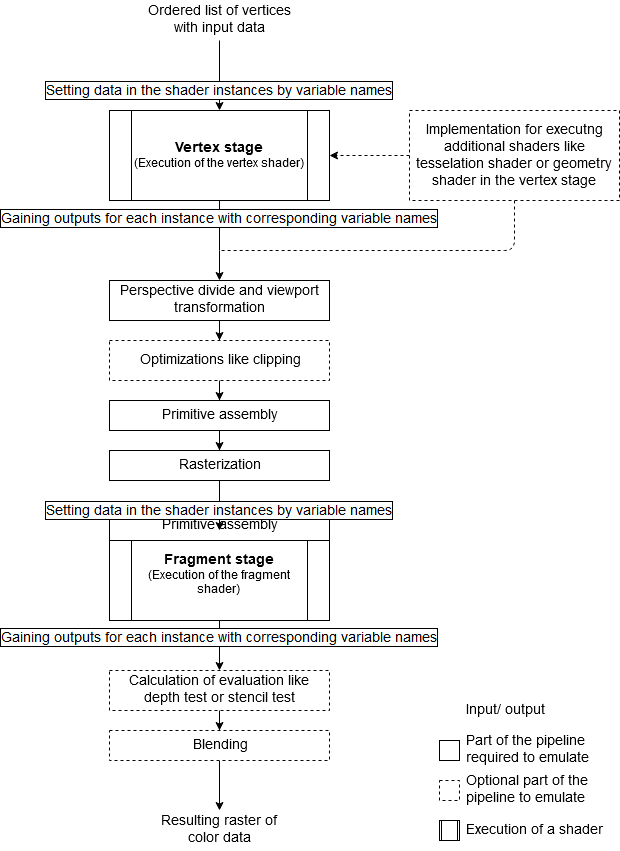
This is Thesis/Thesis/images/infographic.png from MMDaemon/ShaderSim, a draw.io export, as it was before one commit. Source tidied: cells renumbered, new cells last; positions are measured from the earlier drawing's top-left corner, leaving out a move shared by most shapes.
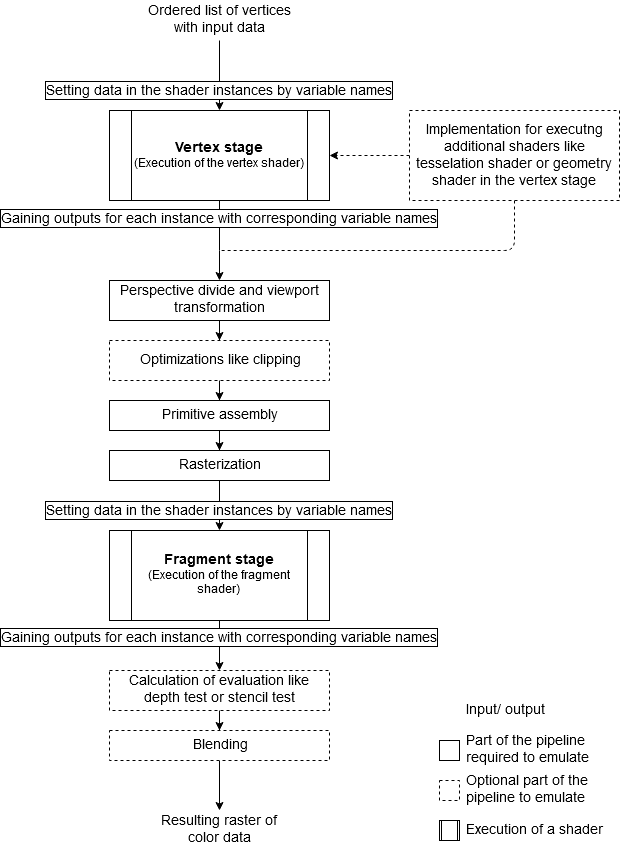
The same diagram one commit later.

What changed in the source:
```diff
@@ -50,15 +50,14 @@
     <mxCell id="14" style="edgeStyle=orthogonalEdgeStyle;rounded=1;jettySize=auto;html=1;startArrow=none;startFill=0;endArrow=classic;endFill=1;fontSize=14;entryX=0.5;entryY=0;entryDx=0;entryDy=0;" parent="1" edge="1" source="16" target="18">
       <mxGeometry relative="1" as="geometry" />
     </mxCell>
-    <mxCell id="15" style="edgeStyle=orthogonalEdgeStyle;rounded=0;jettySize=auto;html=1;" parent="1" edge="1" source="16" target="17">
-      <mxGeometry relative="1" as="geometry" />
+    <mxCell id="15" style="edgeStyle=orthogonalEdgeStyle;rounded=0;jettySize=auto;html=1;" parent="1" edge="1" source="16">
+      <mxGeometry relative="1" as="geometry">
+        <mxPoint x="110" y="510" as="targetPoint" />
+      </mxGeometry>
     </mxCell>
     <mxCell id="16" value="Primitive assembly" style="rounded=0;whiteSpace=wrap;html=1;fontSize=14;" parent="1" vertex="1">
       <mxGeometry y="400" width="220" height="30" as="geometry" />
     </mxCell>
-    <mxCell id="17" value="Primitive assembly" style="rounded=0;whiteSpace=wrap;html=1;fontSize=14;" parent="1" vertex="1">
-      <mxGeometry y="510" width="220" height="30" as="geometry" />
-    </mxCell>
     <mxCell id="18" value="Rasterization" style="rounded=0;whiteSpace=wrap;html=1;fontSize=14;" parent="1" vertex="1">
       <mxGeometry y="450" width="220" height="30" as="geometry" />
     </mxCell>
```
